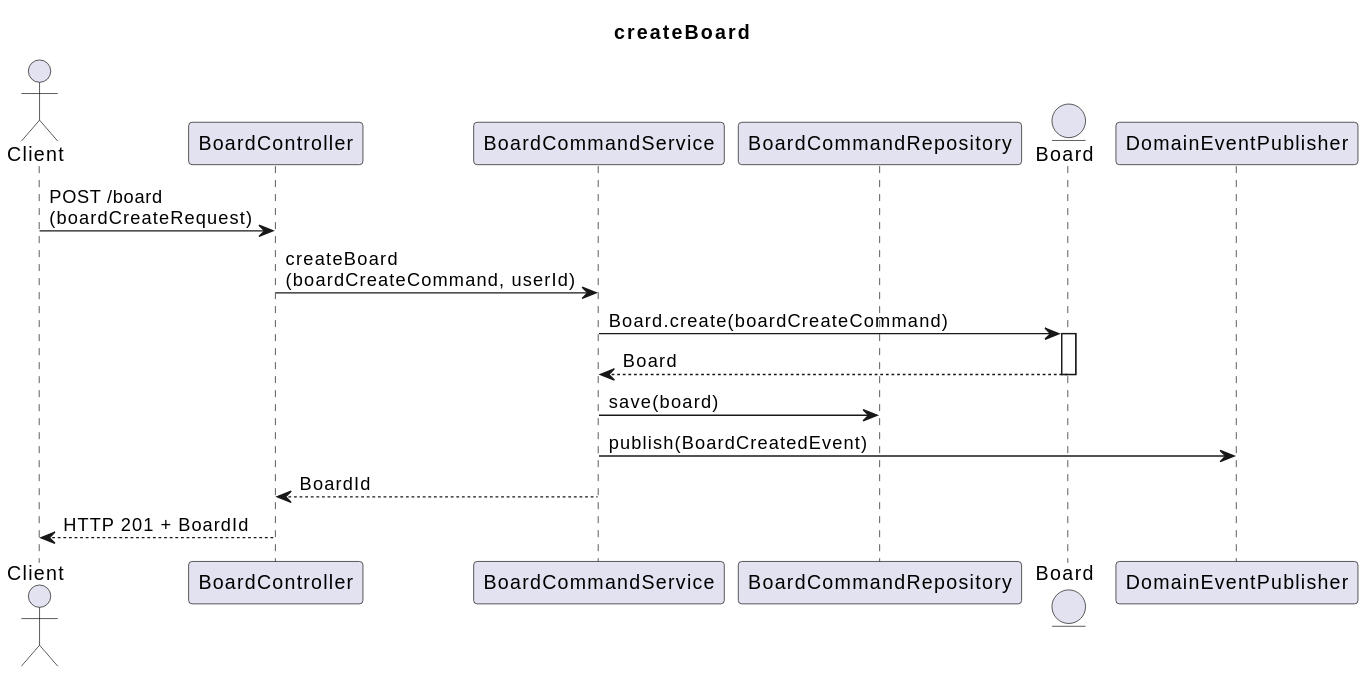
This is document/puml/event/externalAPI/boardContext/boardAggregate/createBoard.svg from SimpleBoardTeam/server-hyunchang, a PlantUML export, as it was before one commit.
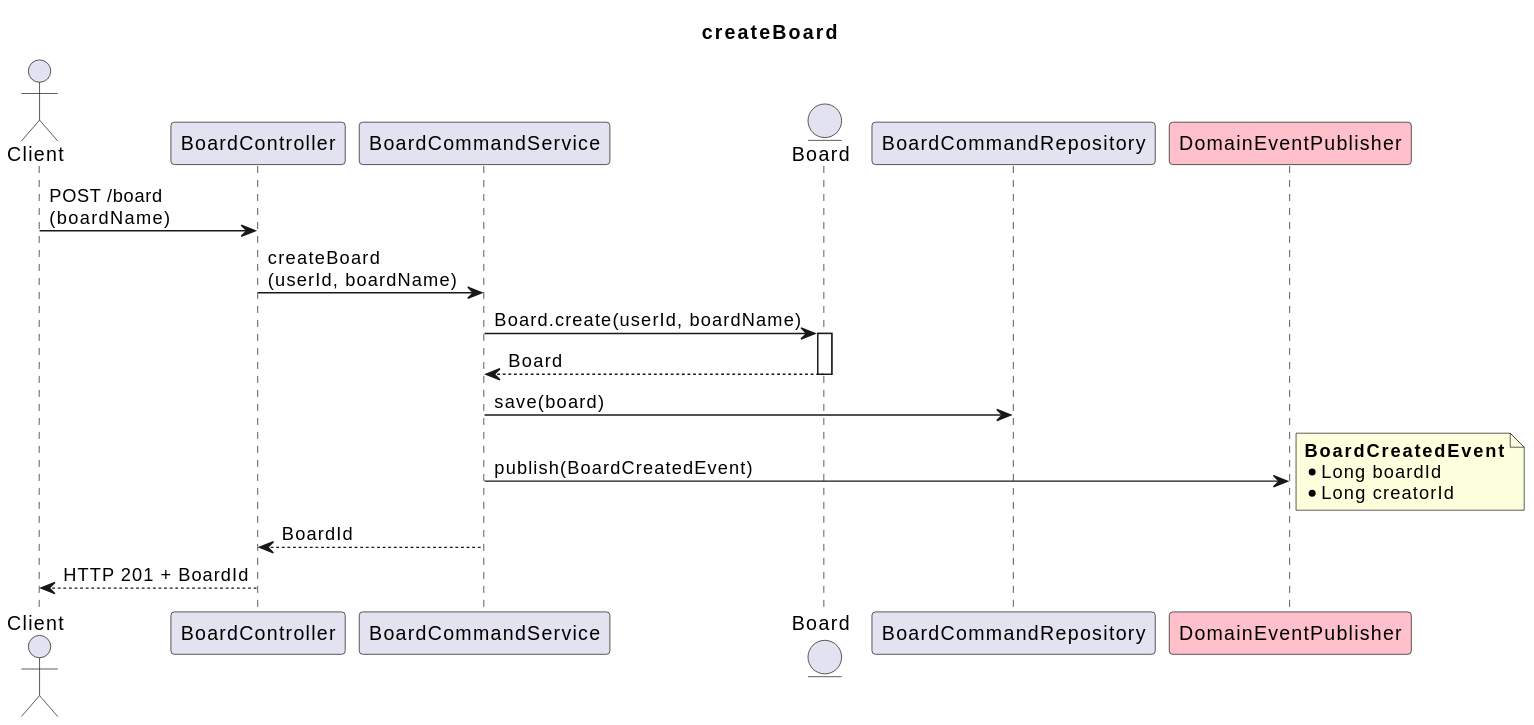
After the change.

What changed in the source:
```diff
@@ -4,16 +4,16 @@
 actor Client
 participant BoardController
 participant BoardCommandService
+Entity Board
 participant BoardCommandRepository
-Entity Board
-participant DomainEventPublisher
+participant DomainEventPublisher #pink
 
 
-Client -> BoardController : POST /board \n(boardCreateRequest)
+Client -> BoardController : POST /board \n(boardName)
 
-BoardController -> BoardCommandService : createBoard \n(boardCreateCommand, userId)
+BoardController -> BoardCommandService : createBoard \n(userId, boardName)
 
-BoardCommandService -> Board : Board.create(boardCreateCommand)
+BoardCommandService -> Board : Board.create(userId, boardName)
 
 activate Board
 Board --> BoardCommandService : Board
@@ -22,6 +22,11 @@
 BoardCommandService -> BoardCommandRepository : save(board)
 
 BoardCommandService -> DomainEventPublisher : publish(BoardCreatedEvent)
+note right
+<b>BoardCreatedEvent</b>
+* Long boardId
+* Long creatorId
+end note
 
 BoardCommandService --> BoardController : BoardId
 BoardController --> Client : HTTP 201 + BoardId
```
